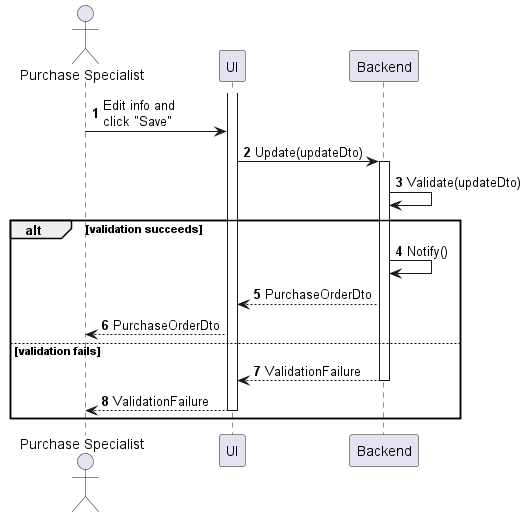
phihungha/scmss-reqs keeps this PlantUML diagram as sequences/purchase-order-update.png. Above is the earlier version.
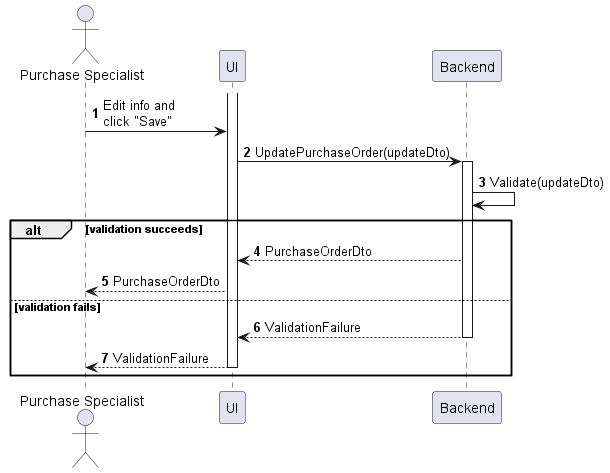
Later version of the same file.

Change to the diagram source:
```diff
@@ -7,12 +7,11 @@
 
 activate f
 a -> f : Edit info and\nclick "Save"
-f -> b : Update(updateDto)
+f -> b : UpdatePurchaseOrder(updateDto)
 activate b
 b -> b : Validate(updateDto)
 
 alt validation succeeds
-    b -> b : Notify()
     b --> f : PurchaseOrderDto
     f --> a : PurchaseOrderDto
 else validation fails
```
